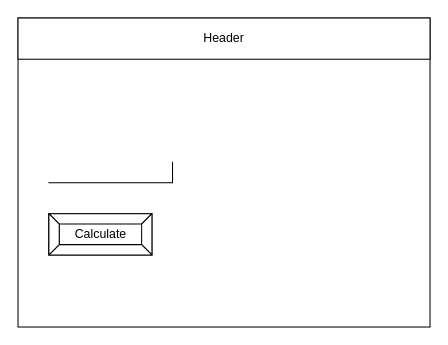
Above: design/story-board.drawio in Alex-Nelson-1/ICS2O-UNIT6-03-API (draw.io), before the change. Source tidied: cells renumbered, new cells numbered last; positions are measured from the earlier drawing's top-left corner, leaving out a move shared by most shapes. Both pictures are drawn from the tidied source at 103%, with x=0, y=0 at pixel (18, 18).
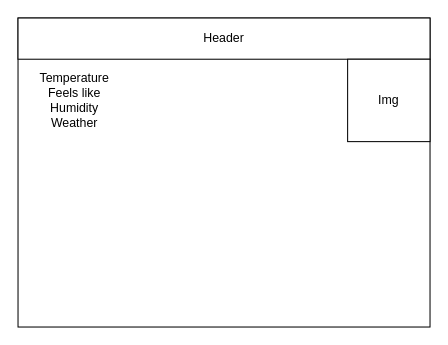
Above is the later version.

Commit message (it also covers changes not shown here):
Flow chart and story board

Diff of the diagram source:
```diff
@@
 <mxGraphModel>
   <root>
     <mxCell id="0" />
     <mxCell id="1" parent="0" />
     <mxCell id="2" style="rounded=0;whiteSpace=wrap;html=1;" parent="1" vertex="1">
       <mxGeometry width="400" height="300" as="geometry" />
     </mxCell>
     <mxCell id="3" value="Header" style="rounded=0;whiteSpace=wrap;html=1;" parent="1" vertex="1">
       <mxGeometry width="400" height="40" as="geometry" />
     </mxCell>
-    <mxCell id="4" style="shape=partialRectangle;whiteSpace=wrap;html=1;top=0;left=0;fillColor=none;" parent="1" vertex="1">
-      <mxGeometry x="30" y="140" width="120" height="20" as="geometry" />
-    </mxCell>
-    <mxCell id="5" value="Calculate" style="labelPosition=center;verticalLabelPosition=middle;align=center;html=1;shape=mxgraph.basic.button;dx=10;" parent="1" vertex="1">
-      <mxGeometry x="30" y="190" width="100" height="40" as="geometry" />
+    <mxCell id="5" value="Temperature&lt;br&gt;Feels like&lt;br&gt;Humidity&lt;br&gt;Weather&lt;br&gt;" style="text;html=1;strokeColor=none;fillColor=none;align=center;verticalAlign=middle;whiteSpace=wrap;rounded=0;" parent="1" vertex="1">
+      <mxGeometry y="50" width="110" height="60" as="geometry" />
     </mxCell>
+    <mxCell id="6" value="Img" style="whiteSpace=wrap;html=1;" parent="1" vertex="1">
+      <mxGeometry x="320" y="40" width="80" height="80" as="geometry" />
+    </mxCell>
   </root>
 </mxGraphModel>
```
